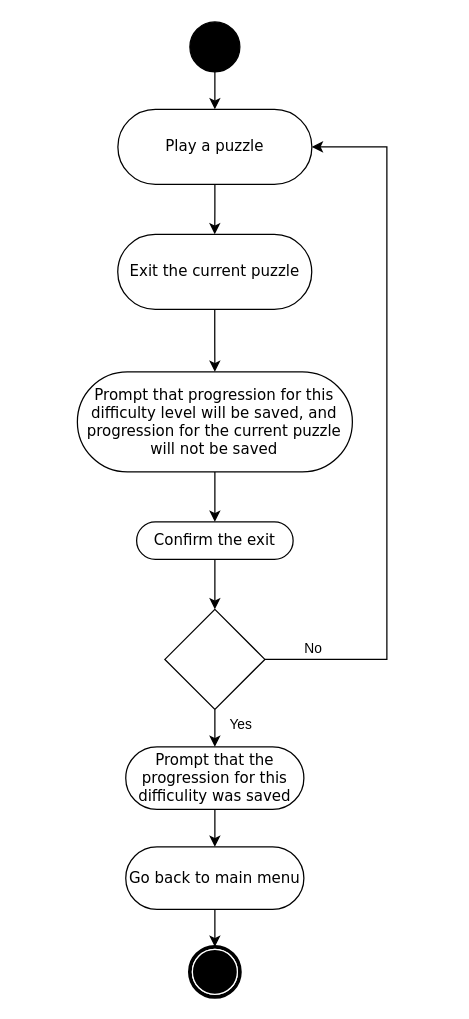
Above: exit current puzzle.drawio in maxinimize/uml (draw.io), before the change. Source tidied: cells renumbered, new cells numbered last; positions are measured from the earlier drawing's top-left corner, leaving out a move shared by most shapes. Both pictures are drawn from the tidied source at 125%, with x=0, y=0 at pixel (76, 21).
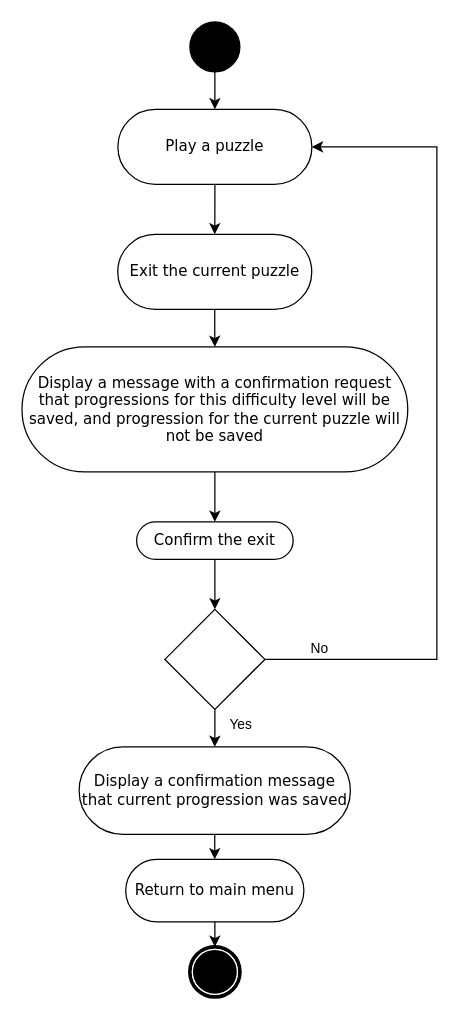
The same diagram, later.

Unchanged cells that the change refers to:
```xml
<mxCell id="8" value="Play a puzzle" style="rounded=1;whiteSpace=wrap;html=1;shadow=0;comic=0;labelBackgroundColor=none;strokeWidth=1;fontFamily=Verdana;fontSize=12;align=center;arcSize=50;" parent="1" vertex="1">
  <mxGeometry x="32.8" y="70" width="155.2" height="60" as="geometry" />
</mxCell>
<mxCell id="15" style="rhombus;whiteSpace=wrap;html=1;" parent="1" vertex="1">
  <mxGeometry x="70.4" y="470" width="80" height="80" as="geometry" />
</mxCell>
```

Diff of the diagram source:
```diff
@@
-    <mxCell id="3" value="Prompt that the progression for this difficulity was saved" style="rounded=1;whiteSpace=wrap;html=1;shadow=0;comic=0;labelBackgroundColor=none;strokeWidth=1;fontFamily=Verdana;fontSize=12;align=center;arcSize=50;" parent="1" vertex="1">
-      <mxGeometry x="39.1" y="580" width="142.5" height="50" as="geometry" />
+    <mxCell id="3" value="Display a confirmation message that current progression was saved" style="rounded=1;whiteSpace=wrap;html=1;shadow=0;comic=0;labelBackgroundColor=none;strokeWidth=1;fontFamily=Verdana;fontSize=12;align=center;arcSize=50;" parent="1" vertex="1">
+      <mxGeometry x="1.8" y="580" width="217" height="70" as="geometry" />
     </mxCell>
@@
     <mxCell id="13" style="edgeStyle=orthogonalEdgeStyle;rounded=0;jettySize=auto;html=1;entryX=1;entryY=0.5;entryDx=0;entryDy=0;" parent="1" edge="1" source="15" target="8">
       <mxGeometry relative="1" as="geometry">
         <Array as="points">
-          <mxPoint x="248" y="510" />
-          <mxPoint x="248" y="100" />
+          <mxPoint x="288" y="510" />
+          <mxPoint x="288" y="100" />
         </Array>
       </mxGeometry>
     </mxCell>
@@
-    <mxCell id="17" value="Prompt that progression for this difficulty level will be saved, and progression for the current puzzle will not be saved" style="rounded=1;whiteSpace=wrap;html=1;shadow=0;comic=0;labelBackgroundColor=none;strokeWidth=1;fontFamily=Verdana;fontSize=12;align=center;arcSize=50;" parent="1" vertex="1">
-      <mxGeometry x="0.4" y="280" width="220" height="80" as="geometry" />
+    <mxCell id="17" value="Display a message with a confirmation request that progressions for this difficulty level will be saved, and progression for the current puzzle will not be saved" style="rounded=1;whiteSpace=wrap;html=1;shadow=0;comic=0;labelBackgroundColor=none;strokeWidth=1;fontFamily=Verdana;fontSize=12;align=center;arcSize=50;" parent="1" vertex="1">
+      <mxGeometry x="-43.9" y="260" width="308.6" height="100" as="geometry" />
     </mxCell>
@@
-    <mxCell id="21" value="Go back to main menu" style="rounded=1;whiteSpace=wrap;html=1;shadow=0;comic=0;labelBackgroundColor=none;strokeWidth=1;fontFamily=Verdana;fontSize=12;align=center;arcSize=50;" parent="1" vertex="1">
-      <mxGeometry x="39.1" y="660" width="142.5" height="50" as="geometry" />
+    <mxCell id="21" value="Return to main menu" style="rounded=1;whiteSpace=wrap;html=1;shadow=0;comic=0;labelBackgroundColor=none;strokeWidth=1;fontFamily=Verdana;fontSize=12;align=center;arcSize=50;" parent="1" vertex="1">
+      <mxGeometry x="39.1" y="670" width="142.5" height="50" as="geometry" />
     </mxCell>
```
